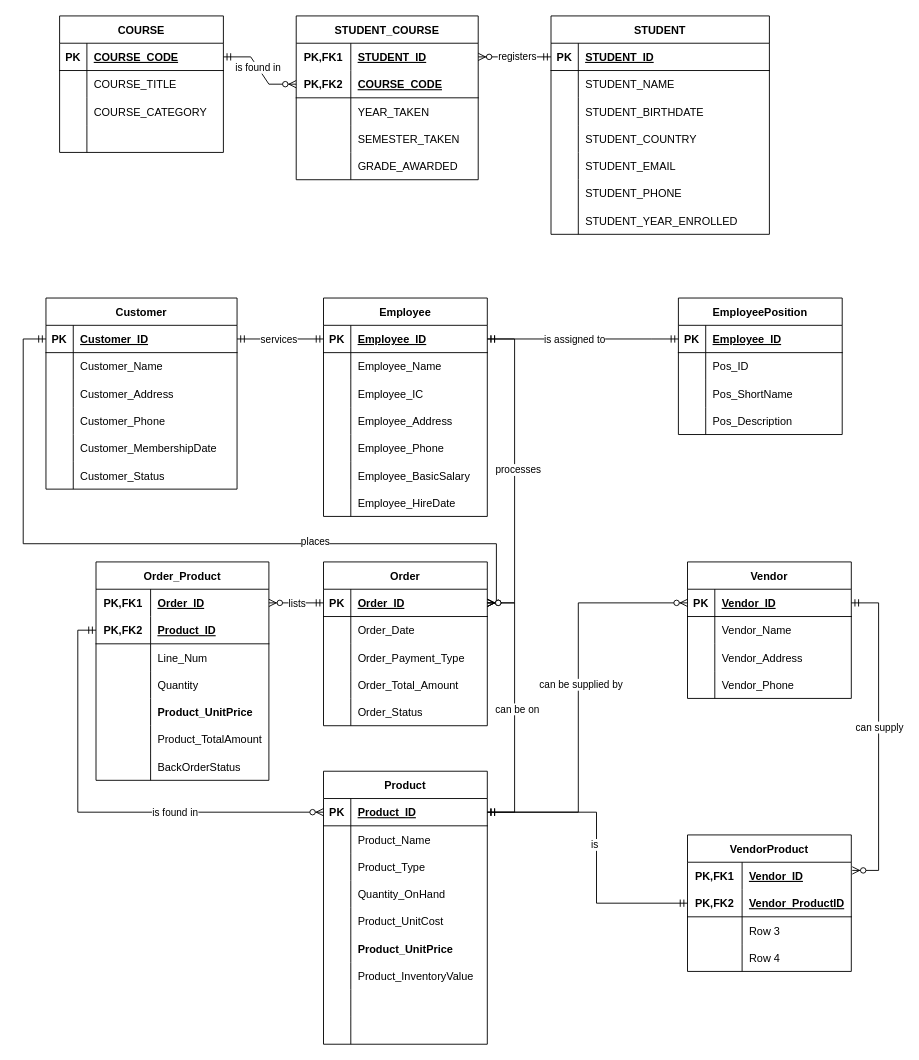
The draw.io diagram Lab2.drawio in rinsukiyo/CMT221-Lab, before the edit. Source tidied: cells renumbered, new cells numbered last; positions are measured from the earlier drawing's top-left corner, leaving out a move shared by most shapes. Both pictures are drawn from the tidied source at 91%, with x=0, y=0 at pixel (23, 15).
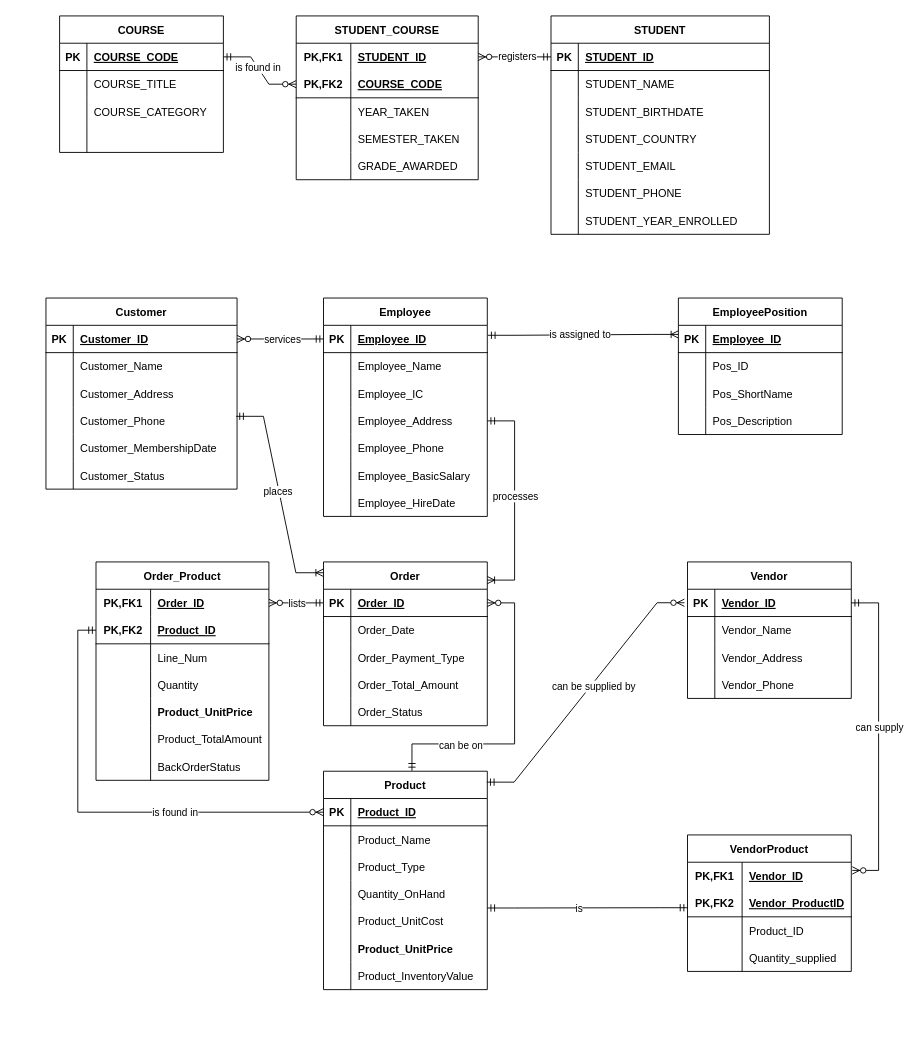
After the change.

The change refers to these unchanged cells:
```xml
<mxCell id="58" style="shape=tableRow;horizontal=0;startSize=0;swimlaneHead=0;swimlaneBody=0;fillColor=none;points=[[0,0.5],[1,0.5]];portConstraint=eastwest;top=0;left=0;right=0;bottom=1;" parent="57" vertex="1">
  <mxGeometry y="30" width="180" height="30" as="geometry" />
</mxCell>
<mxCell id="67" style="shape=tableRow;horizontal=0;startSize=0;swimlaneHead=0;swimlaneBody=0;fillColor=none;points=[[0,0.5],[1,0.5]];portConstraint=eastwest;top=0;left=0;right=0;bottom=0;" parent="57" vertex="1">
  <mxGeometry y="120" width="180" height="30" as="geometry" />
</mxCell>
<mxCell id="80" style="shape=tableRow;horizontal=0;startSize=0;swimlaneHead=0;swimlaneBody=0;fillColor=none;points=[[0,0.5],[1,0.5]];portConstraint=eastwest;top=0;left=0;right=0;bottom=1;" parent="79" vertex="1">
  <mxGeometry y="30" width="180" height="30" as="geometry" />
</mxCell>
<mxCell id="93" style="shape=tableRow;horizontal=0;startSize=0;swimlaneHead=0;swimlaneBody=0;fillColor=none;points=[[0,0.5],[1,0.5]];portConstraint=eastwest;top=0;left=0;right=0;bottom=1;" parent="92" vertex="1">
  <mxGeometry y="30" width="210" height="30" as="geometry" />
</mxCell>
<mxCell id="102" style="shape=tableRow;horizontal=0;startSize=0;swimlaneHead=0;swimlaneBody=0;fillColor=none;points=[[0,0.5],[1,0.5]];portConstraint=eastwest;top=0;left=0;right=0;bottom=0;" parent="92" vertex="1">
  <mxGeometry y="120" width="210" height="30" as="geometry" />
</mxCell>
<mxCell id="115" value="Order" style="shape=table;startSize=30;childLayout=tableLayout;rowLines=0;fontStyle=1;align=center;" parent="1" vertex="1">
  <mxGeometry x="330" y="600" width="180" height="180" as="geometry" />
</mxCell>
<mxCell id="116" style="shape=tableRow;horizontal=0;startSize=0;swimlaneHead=0;swimlaneBody=0;fillColor=none;points=[[0,0.5],[1,0.5]];portConstraint=eastwest;top=0;left=0;right=0;bottom=1;" parent="115" vertex="1">
  <mxGeometry y="30" width="180" height="30" as="geometry" />
</mxCell>
<mxCell id="160" style="shape=tableRow;horizontal=0;startSize=0;swimlaneHead=0;swimlaneBody=0;fillColor=none;points=[[0,0.5],[1,0.5]];portConstraint=eastwest;top=0;left=0;right=0;bottom=1;" parent="159" vertex="1">
  <mxGeometry y="30" width="180" height="30" as="geometry" />
</mxCell>
<mxCell id="169" style="shape=tableRow;horizontal=0;startSize=0;swimlaneHead=0;swimlaneBody=0;fillColor=none;points=[[0,0.5],[1,0.5]];portConstraint=eastwest;top=0;left=0;right=0;bottom=0;" parent="159" vertex="1">
  <mxGeometry y="120" width="180" height="30" as="geometry" />
</mxCell>
<mxCell id="190" style="shape=tableRow;horizontal=0;startSize=0;swimlaneHead=0;swimlaneBody=0;fillColor=none;points=[[0,0.5],[1,0.5]];portConstraint=eastwest;top=0;left=0;right=0;bottom=1;" parent="189" vertex="1">
  <mxGeometry y="30" width="180" height="30" as="geometry" />
</mxCell>
<mxCell id="208" style="shape=tableRow;horizontal=0;startSize=0;swimlaneHead=0;swimlaneBody=0;fillColor=none;points=[[0,0.5],[1,0.5]];portConstraint=eastwest;top=0;left=0;right=0;bottom=1;" parent="204" vertex="1">
  <mxGeometry y="60" width="180" height="30" as="geometry" />
</mxCell>
<mxCell id="211" style="shape=tableRow;horizontal=0;startSize=0;swimlaneHead=0;swimlaneBody=0;fillColor=none;top=0;left=0;right=0;bottom=0;" parent="204" vertex="1">
  <mxGeometry y="90" width="180" height="30" as="geometry" />
</mxCell>
<mxCell id="214" style="shape=tableRow;horizontal=0;startSize=0;swimlaneHead=0;swimlaneBody=0;fillColor=none;top=0;left=0;right=0;bottom=0;" parent="204" vertex="1">
  <mxGeometry y="120" width="180" height="30" as="geometry" />
</mxCell>
```

The edit, as a diff of the source:
```diff
@@
-    <mxCell id="111" style="edgeStyle=entityRelationEdgeStyle;fontSize=12;html=1;endArrow=ERmandOne;startArrow=ERmandOne;rounded=0;exitX=1;exitY=0.5;exitDx=0;exitDy=0;entryX=0;entryY=0.5;entryDx=0;entryDy=0;" parent="1" edge="1" source="58" target="80">
-      <mxGeometry relative="1" as="geometry" />
-    </mxCell>
-    <mxCell id="112" value="is assigned to" style="edgeLabel;html=1;align=center;verticalAlign=middle;" parent="111" vertex="1">
-      <mxGeometry x="-0.18" relative="1" as="geometry">
-        <mxPoint x="9" as="offset" />
-      </mxGeometry>
-    </mxCell>
-    <mxCell id="113" style="edgeStyle=entityRelationEdgeStyle;fontSize=12;html=1;endArrow=ERmandOne;startArrow=ERmandOne;rounded=0;exitX=1;exitY=0.5;exitDx=0;exitDy=0;entryX=0;entryY=0.5;entryDx=0;entryDy=0;" parent="1" edge="1" source="93" target="58">
-      <mxGeometry relative="1" as="geometry" />
-    </mxCell>
-    <mxCell id="114" value="services" style="edgeLabel;html=1;align=center;verticalAlign=middle;" parent="113" vertex="1">
-      <mxGeometry x="0.24" relative="1" as="geometry">
-        <mxPoint x="-14" as="offset" />
-      </mxGeometry>
-    </mxCell>
@@
-    <mxCell id="131" style="edgeStyle=entityRelationEdgeStyle;fontSize=12;html=1;endArrow=ERzeroToMany;startArrow=ERmandOne;rounded=0;exitX=1;exitY=0.5;exitDx=0;exitDy=0;entryX=1;entryY=0.5;entryDx=0;entryDy=0;" parent="1" edge="1" source="58" target="116">
-      <mxGeometry relative="1" as="geometry" />
-    </mxCell>
-    <mxCell id="132" value="processes" style="edgeLabel;html=1;align=center;verticalAlign=middle;" parent="131" vertex="1">
-      <mxGeometry x="-0.01" y="3" relative="1" as="geometry" />
-    </mxCell>
-    <mxCell id="133" style="edgeStyle=orthogonalEdgeStyle;fontSize=12;html=1;endArrow=ERzeroToMany;startArrow=ERmandOne;rounded=0;exitX=0;exitY=0.5;exitDx=0;exitDy=0;entryX=1;entryY=0.5;entryDx=0;entryDy=0;" parent="1" edge="1" source="93" target="116">
-      <mxGeometry relative="1" as="geometry">
-        <Array as="points">
-          <mxPoint y="355" />
-          <mxPoint y="580" />
-          <mxPoint x="520" y="580" />
-          <mxPoint x="520" y="645" />
-        </Array>
-      </mxGeometry>
-    </mxCell>
-    <mxCell id="134" value="places" style="edgeLabel;html=1;align=center;verticalAlign=middle;" parent="133" vertex="1">
-      <mxGeometry x="0.35" y="3" relative="1" as="geometry" />
-    </mxCell>
@@
     <mxCell id="159" value="Product" style="shape=table;startSize=30;childLayout=tableLayout;rowLines=0;fontStyle=1;align=center;" parent="1" vertex="1">
-      <mxGeometry x="330" y="830" width="180" height="300" as="geometry" />
+      <mxGeometry x="330" y="830" width="180" height="240" as="geometry" />
     </mxCell>
@@
-    <mxCell id="181" style="shape=tableRow;horizontal=0;startSize=0;swimlaneHead=0;swimlaneBody=0;fillColor=none;top=0;left=0;right=0;bottom=0;" parent="159" vertex="1">
-      <mxGeometry y="240" width="180" height="30" as="geometry" />
-    </mxCell>
-    <mxCell id="182" style="shape=partialRectangle;fillColor=none;top=0;left=0;bottom=0;right=0;overflow=hidden;" parent="181" vertex="1">
-      <mxGeometry width="30" height="30" as="geometry" />
-    </mxCell>
-    <mxCell id="183" style="shape=partialRectangle;fillColor=none;top=0;left=0;bottom=0;right=0;align=left;spacingLeft=6;overflow=hidden;" parent="181" vertex="1">
-      <mxGeometry x="30" width="150" height="30" as="geometry" />
-    </mxCell>
-    <mxCell id="184" style="shape=tableRow;horizontal=0;startSize=0;swimlaneHead=0;swimlaneBody=0;fillColor=none;top=0;left=0;right=0;bottom=0;" parent="159" vertex="1">
-      <mxGeometry y="270" width="180" height="30" as="geometry" />
-    </mxCell>
-    <mxCell id="185" style="shape=partialRectangle;fillColor=none;top=0;left=0;bottom=0;right=0;overflow=hidden;" parent="184" vertex="1">
-      <mxGeometry width="30" height="30" as="geometry" />
-    </mxCell>
-    <mxCell id="186" style="shape=partialRectangle;fillColor=none;top=0;left=0;bottom=0;right=0;align=left;spacingLeft=6;overflow=hidden;" parent="184" vertex="1">
-      <mxGeometry x="30" width="150" height="30" as="geometry" />
-    </mxCell>
@@
-    <mxCell id="202" style="edgeStyle=entityRelationEdgeStyle;fontSize=12;html=1;endArrow=ERzeroToMany;startArrow=ERmandOne;rounded=0;exitX=1;exitY=0.5;exitDx=0;exitDy=0;entryX=1;entryY=0.5;entryDx=0;entryDy=0;" parent="1" edge="1" source="160" target="116">
-      <mxGeometry relative="1" as="geometry" />
+    <mxCell id="202" style="edgeStyle=orthogonalEdgeStyle;fontSize=12;html=1;endArrow=ERzeroToMany;startArrow=ERmandOne;rounded=0;entryX=1;entryY=0.5;entryDx=0;entryDy=0;exitX=0.54;exitY=-0.002;exitDx=0;exitDy=0;exitPerimeter=0;" parent="1" edge="1" source="159" target="116">
+      <mxGeometry relative="1" as="geometry">
+        <Array as="points">
+          <mxPoint x="427" y="800" />
+          <mxPoint x="540" y="800" />
+          <mxPoint x="540" y="645" />
+        </Array>
+      </mxGeometry>
     </mxCell>
     <mxCell id="203" value="can be on" style="edgeLabel;html=1;align=center;verticalAlign=middle;" parent="202" vertex="1">
-      <mxGeometry x="-0.01" y="-2" relative="1" as="geometry" />
+      <mxGeometry x="-0.01" y="-2" relative="1" as="geometry">
+        <mxPoint x="-62" y="21" as="offset" />
+      </mxGeometry>
     </mxCell>
@@
-    <mxCell id="213" value="Row 3" style="shape=partialRectangle;fillColor=none;top=0;left=0;bottom=0;right=0;align=left;spacingLeft=6;overflow=hidden;" parent="211" vertex="1">
+    <mxCell id="213" value="Product_ID" style="shape=partialRectangle;fillColor=none;top=0;left=0;bottom=0;right=0;align=left;spacingLeft=6;overflow=hidden;" parent="211" vertex="1">
       <mxGeometry x="60" width="120" height="30" as="geometry" />
     </mxCell>
@@
-    <mxCell id="216" value="Row 4" style="shape=partialRectangle;fillColor=none;top=0;left=0;bottom=0;right=0;align=left;spacingLeft=6;overflow=hidden;" parent="214" vertex="1">
+    <mxCell id="216" value="Quantity_supplied" style="shape=partialRectangle;fillColor=none;top=0;left=0;bottom=0;right=0;align=left;spacingLeft=6;overflow=hidden;" parent="214" vertex="1">
       <mxGeometry x="60" width="120" height="30" as="geometry" />
     </mxCell>
@@
-    <mxCell id="219" style="edgeStyle=orthogonalEdgeStyle;fontSize=12;html=1;endArrow=ERmandOne;startArrow=ERmandOne;rounded=0;exitX=1;exitY=0.5;exitDx=0;exitDy=0;entryX=0;entryY=0.5;entryDx=0;entryDy=0;" parent="1" edge="1" source="160" target="208">
-      <mxGeometry relative="1" as="geometry">
-        <Array as="points">
-          <mxPoint x="630" y="875" />
-          <mxPoint x="630" y="975" />
-        </Array>
-      </mxGeometry>
-    </mxCell>
+    <mxCell id="223" style="edgeStyle=entityRelationEdgeStyle;fontSize=12;html=1;endArrow=ERzeroToMany;startArrow=ERmandOne;rounded=0;exitX=0.997;exitY=0.05;exitDx=0;exitDy=0;exitPerimeter=0;entryX=-0.019;entryY=0.495;entryDx=0;entryDy=0;entryPerimeter=0;" parent="1" edge="1" source="159" target="190">
+      <mxGeometry relative="1" as="geometry" />
+    </mxCell>
+    <mxCell id="222" value="can be supplied by" style="edgeLabel;html=1;align=center;verticalAlign=middle;" parent="223" vertex="1">
+      <mxGeometry x="0.07" y="-2" relative="1" as="geometry" />
+    </mxCell>
+    <mxCell id="224" style="edgeStyle=entityRelationEdgeStyle;fontSize=12;html=1;endArrow=ERmandOne;startArrow=ERmandOne;rounded=0;exitX=1;exitY=1.01;exitDx=0;exitDy=0;exitPerimeter=0;entryX=0;entryY=0.667;entryDx=0;entryDy=0;entryPerimeter=0;" parent="1" edge="1" source="169" target="208">
+      <mxGeometry relative="1" as="geometry" />
+    </mxCell>
-    <mxCell id="220" value="is" style="edgeLabel;html=1;align=center;verticalAlign=middle;" parent="219" vertex="1">
-      <mxGeometry x="-0.03" y="-3" relative="1" as="geometry" />
+    <mxCell id="220" value="is" style="edgeLabel;html=1;align=center;verticalAlign=middle;" parent="224" vertex="1">
+      <mxGeometry x="-0.08" relative="1" as="geometry" />
     </mxCell>
-    <mxCell id="221" style="edgeStyle=orthogonalEdgeStyle;fontSize=12;html=1;endArrow=ERzeroToMany;startArrow=ERmandOne;rounded=0;exitX=1;exitY=0.5;exitDx=0;exitDy=0;entryX=0;entryY=0.5;entryDx=0;entryDy=0;" parent="1" edge="1" source="160" target="190">
-      <mxGeometry relative="1" as="geometry">
-        <Array as="points">
-          <mxPoint x="610" y="875" />
-          <mxPoint x="610" y="645" />
-        </Array>
-      </mxGeometry>
-    </mxCell>
-    <mxCell id="222" value="can be supplied by" style="edgeLabel;html=1;align=center;verticalAlign=middle;" parent="221" vertex="1">
-      <mxGeometry x="0.07" y="-2" relative="1" as="geometry" />
-    </mxCell>
+    <mxCell id="111" style="edgeStyle=entityRelationEdgeStyle;fontSize=12;html=1;endArrow=ERoneToMany;startArrow=ERmandOne;rounded=0;exitX=1.003;exitY=0.365;exitDx=0;exitDy=0;exitPerimeter=0;entryX=0;entryY=0.333;entryDx=0;entryDy=0;entryPerimeter=0;" parent="1" edge="1" source="58" target="80">
+      <mxGeometry relative="1" as="geometry" />
+    </mxCell>
+    <mxCell id="112" value="is assigned to" style="edgeLabel;html=1;align=center;verticalAlign=middle;" parent="111" vertex="1">
+      <mxGeometry x="-0.04" y="1" relative="1" as="geometry" />
+    </mxCell>
+    <mxCell id="225" style="edgeStyle=entityRelationEdgeStyle;fontSize=12;html=1;endArrow=ERzeroToMany;startArrow=ERmandOne;rounded=0;exitX=0;exitY=0.5;exitDx=0;exitDy=0;entryX=1;entryY=0.5;entryDx=0;entryDy=0;" parent="1" edge="1" source="58" target="93">
+      <mxGeometry relative="1" as="geometry" />
+    </mxCell>
+    <mxCell id="114" value="services" style="edgeLabel;html=1;align=center;verticalAlign=middle;" parent="225" vertex="1">
+      <mxGeometry x="-0.04" relative="1" as="geometry" />
+    </mxCell>
+    <mxCell id="226" style="edgeStyle=entityRelationEdgeStyle;fontSize=12;html=1;endArrow=ERoneToMany;startArrow=ERmandOne;rounded=0;exitX=1;exitY=0.5;exitDx=0;exitDy=0;entryX=1;entryY=0.111;entryDx=0;entryDy=0;entryPerimeter=0;" parent="1" edge="1" source="67" target="115">
+      <mxGeometry relative="1" as="geometry" />
+    </mxCell>
+    <mxCell id="132" value="processes" style="edgeLabel;html=1;align=center;verticalAlign=middle;" parent="226" vertex="1">
+      <mxGeometry x="-0.05" relative="1" as="geometry" />
+    </mxCell>
+    <mxCell id="227" style="edgeStyle=entityRelationEdgeStyle;fontSize=12;html=1;endArrow=ERoneToMany;startArrow=ERmandOne;rounded=0;exitX=0.995;exitY=0.333;exitDx=0;exitDy=0;exitPerimeter=0;entryX=-0.002;entryY=0.066;entryDx=0;entryDy=0;entryPerimeter=0;" parent="1" edge="1" source="102" target="115">
+      <mxGeometry relative="1" as="geometry" />
+    </mxCell>
+    <mxCell id="134" value="places" style="edgeLabel;html=1;align=center;verticalAlign=middle;" parent="227" vertex="1">
+      <mxGeometry x="-0.03" y="-2" relative="1" as="geometry" />
+    </mxCell>
```
